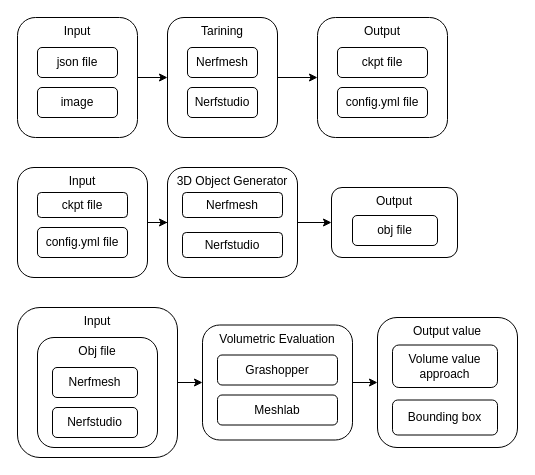
Before: Diagram Tanpa Judul.drawio in nabilbachroin/draw.io_nabil, a draw.io diagram. Source tidied: cells renumbered, new cells numbered last; positions are measured from the earlier drawing's top-left corner, leaving out a move shared by most shapes. Both pictures are drawn from the tidied source at 100%, with x=0, y=0 at pixel (17, 17).
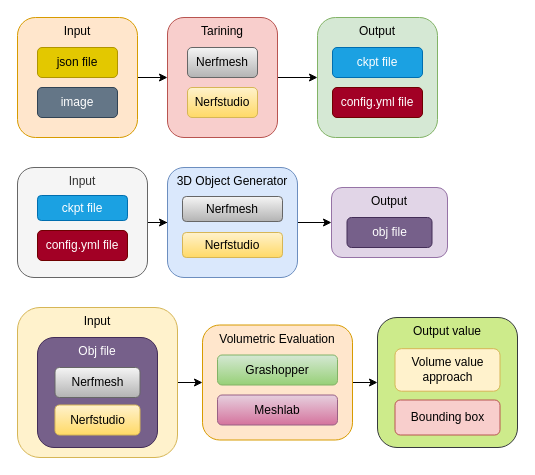
The same diagram, later.

Diff of the diagram source:
```diff
@@
-    <mxCell id="3" value="Input" style="rounded=1;whiteSpace=wrap;html=1;verticalAlign=top;" parent="1" vertex="1">
+    <mxCell id="3" value="Input" style="rounded=1;whiteSpace=wrap;html=1;verticalAlign=top;fillColor=#ffe6cc;strokeColor=#d79b00;" parent="1" vertex="1">
       <mxGeometry width="120" height="120" as="geometry" />
     </mxCell>
-    <mxCell id="4" value="image" style="rounded=1;whiteSpace=wrap;html=1;" parent="1" vertex="1">
+    <mxCell id="4" value="image" style="rounded=1;whiteSpace=wrap;html=1;fillColor=#647687;fontColor=#ffffff;strokeColor=#314354;" parent="1" vertex="1">
       <mxGeometry x="20" y="70" width="80" height="30" as="geometry" />
     </mxCell>
-    <mxCell id="5" value="json file" style="rounded=1;whiteSpace=wrap;html=1;" parent="1" vertex="1">
+    <mxCell id="5" value="json file" style="rounded=1;whiteSpace=wrap;html=1;fillColor=#e3c800;fontColor=#000000;strokeColor=#B09500;" parent="1" vertex="1">
       <mxGeometry x="20" y="30" width="80" height="30" as="geometry" />
     </mxCell>
@@
-    <mxCell id="7" value="Tarining" style="rounded=1;whiteSpace=wrap;html=1;verticalAlign=top;" parent="1" vertex="1">
+    <mxCell id="7" value="Tarining" style="rounded=1;whiteSpace=wrap;html=1;verticalAlign=top;fillColor=#f8cecc;strokeColor=#b85450;" parent="1" vertex="1">
       <mxGeometry x="150" width="110" height="120" as="geometry" />
     </mxCell>
-    <mxCell id="8" value="Output" style="rounded=1;whiteSpace=wrap;html=1;verticalAlign=top;" parent="1" vertex="1">
-      <mxGeometry x="300" width="130" height="120" as="geometry" />
+    <mxCell id="8" value="Output" style="rounded=1;whiteSpace=wrap;html=1;verticalAlign=top;fillColor=#d5e8d4;strokeColor=#82b366;" parent="1" vertex="1">
+      <mxGeometry x="300" width="120" height="120" as="geometry" />
     </mxCell>
-    <mxCell id="9" value="ckpt file" style="rounded=1;whiteSpace=wrap;html=1;" parent="1" vertex="1">
-      <mxGeometry x="320" y="30" width="90" height="30" as="geometry" />
+    <mxCell id="9" value="ckpt file" style="rounded=1;whiteSpace=wrap;html=1;fillColor=#1ba1e2;fontColor=#ffffff;strokeColor=#006EAF;" parent="1" vertex="1">
+      <mxGeometry x="315" y="30" width="90" height="30" as="geometry" />
     </mxCell>
-    <mxCell id="10" value="config.yml file" style="rounded=1;whiteSpace=wrap;html=1;" parent="1" vertex="1">
-      <mxGeometry x="320" y="70" width="90" height="30" as="geometry" />
+    <mxCell id="10" value="config.yml file" style="rounded=1;whiteSpace=wrap;html=1;fillColor=#a20025;fontColor=#ffffff;strokeColor=#6F0000;" parent="1" vertex="1">
+      <mxGeometry x="315" y="70" width="90" height="30" as="geometry" />
     </mxCell>
@@
-    <mxCell id="12" value="Input" style="rounded=1;whiteSpace=wrap;html=1;verticalAlign=top;" parent="1" vertex="1">
+    <mxCell id="12" value="Input" style="rounded=1;whiteSpace=wrap;html=1;verticalAlign=top;fillColor=#f5f5f5;fontColor=#333333;strokeColor=#666666;" parent="1" vertex="1">
       <mxGeometry y="150" width="130" height="110" as="geometry" />
     </mxCell>
-    <mxCell id="13" value="ckpt file" style="rounded=1;whiteSpace=wrap;html=1;" parent="1" vertex="1">
-      <mxGeometry x="20" y="175" width="90" height="25" as="geometry" />
+    <mxCell id="13" value="ckpt file" style="rounded=1;whiteSpace=wrap;html=1;fillColor=#1ba1e2;fontColor=#ffffff;strokeColor=#006EAF;" parent="1" vertex="1">
+      <mxGeometry x="20" y="178" width="90" height="25" as="geometry" />
     </mxCell>
-    <mxCell id="14" value="config.yml file" style="rounded=1;whiteSpace=wrap;html=1;" parent="1" vertex="1">
-      <mxGeometry x="20" y="210" width="90" height="30" as="geometry" />
+    <mxCell id="14" value="config.yml file" style="rounded=1;whiteSpace=wrap;html=1;fillColor=#a20025;fontColor=#ffffff;strokeColor=#6F0000;" parent="1" vertex="1">
+      <mxGeometry x="20" y="213" width="90" height="30" as="geometry" />
     </mxCell>
@@
-    <mxCell id="16" value="3D Object Generator" style="rounded=1;whiteSpace=wrap;html=1;verticalAlign=top;" parent="1" vertex="1">
+    <mxCell id="16" value="3D Object Generator" style="rounded=1;whiteSpace=wrap;html=1;verticalAlign=top;fillColor=#dae8fc;strokeColor=#6c8ebf;" parent="1" vertex="1">
       <mxGeometry x="150" y="150" width="130" height="110" as="geometry" />
     </mxCell>
-    <mxCell id="17" value="Output" style="rounded=1;whiteSpace=wrap;html=1;verticalAlign=top;" parent="1" vertex="1">
-      <mxGeometry x="314" y="170" width="126" height="70" as="geometry" />
+    <mxCell id="17" value="Output" style="rounded=1;whiteSpace=wrap;html=1;verticalAlign=top;fillColor=#e1d5e7;strokeColor=#9673a6;" parent="1" vertex="1">
+      <mxGeometry x="314" y="170" width="116" height="70" as="geometry" />
     </mxCell>
-    <mxCell id="18" value="Nerfmesh" style="rounded=1;whiteSpace=wrap;html=1;" parent="1" vertex="1">
+    <mxCell id="18" value="Nerfmesh" style="rounded=1;whiteSpace=wrap;html=1;fillColor=#f5f5f5;gradientColor=#b3b3b3;strokeColor=#666666;" parent="1" vertex="1">
       <mxGeometry x="170" y="30" width="70" height="30" as="geometry" />
     </mxCell>
-    <mxCell id="19" value="Nerfstudio" style="rounded=1;whiteSpace=wrap;html=1;" parent="1" vertex="1">
+    <mxCell id="19" value="Nerfstudio" style="rounded=1;whiteSpace=wrap;html=1;fillColor=#fff2cc;gradientColor=#ffd966;strokeColor=#d6b656;" parent="1" vertex="1">
       <mxGeometry x="170" y="70" width="70" height="30" as="geometry" />
     </mxCell>
-    <mxCell id="20" value="obj file" style="rounded=1;whiteSpace=wrap;html=1;" parent="1" vertex="1">
-      <mxGeometry x="335" y="198" width="85" height="30" as="geometry" />
+    <mxCell id="20" value="obj file" style="rounded=1;whiteSpace=wrap;html=1;fillColor=#76608a;fontColor=#ffffff;strokeColor=#432D57;" parent="1" vertex="1">
+      <mxGeometry x="329.5" y="200" width="85" height="30" as="geometry" />
     </mxCell>
-    <mxCell id="21" value="Nerfmesh" style="rounded=1;whiteSpace=wrap;html=1;" parent="1" vertex="1">
-      <mxGeometry x="165" y="175" width="100" height="25" as="geometry" />
+    <mxCell id="21" value="Nerfmesh" style="rounded=1;whiteSpace=wrap;html=1;fillColor=#f5f5f5;gradientColor=#b3b3b3;strokeColor=#666666;" parent="1" vertex="1">
+      <mxGeometry x="165" y="179" width="100" height="25" as="geometry" />
     </mxCell>
@@
-    <mxCell id="23" value="Input" style="rounded=1;whiteSpace=wrap;html=1;verticalAlign=top;" parent="1" vertex="1">
+    <mxCell id="23" value="Input" style="rounded=1;whiteSpace=wrap;html=1;verticalAlign=top;fillColor=#fff2cc;strokeColor=#d6b656;" parent="1" vertex="1">
       <mxGeometry y="290" width="160" height="150" as="geometry" />
     </mxCell>
-    <mxCell id="24" value="Obj file" style="rounded=1;whiteSpace=wrap;html=1;verticalAlign=top;" parent="1" vertex="1">
+    <mxCell id="24" value="Obj file" style="rounded=1;whiteSpace=wrap;html=1;verticalAlign=top;fillColor=#76608a;fontColor=#ffffff;strokeColor=#432D57;" parent="1" vertex="1">
       <mxGeometry x="20" y="320" width="120" height="110" as="geometry" />
     </mxCell>
@@
-    <mxCell id="26" value="Volumetric Evaluation" style="rounded=1;whiteSpace=wrap;html=1;verticalAlign=top;" parent="1" vertex="1">
+    <mxCell id="26" value="Volumetric Evaluation" style="rounded=1;whiteSpace=wrap;html=1;verticalAlign=top;fillColor=#ffe6cc;strokeColor=#d79b00;" parent="1" vertex="1">
       <mxGeometry x="185" y="307.5" width="150" height="115" as="geometry" />
     </mxCell>
-    <mxCell id="27" value="Grashopper" style="rounded=1;whiteSpace=wrap;html=1;" parent="1" vertex="1">
+    <mxCell id="27" value="Grashopper" style="rounded=1;whiteSpace=wrap;html=1;fillColor=#d5e8d4;gradientColor=#97d077;strokeColor=#82b366;" parent="1" vertex="1">
       <mxGeometry x="200" y="337.5" width="120" height="30" as="geometry" />
     </mxCell>
-    <mxCell id="28" value="Meshlab" style="rounded=1;whiteSpace=wrap;html=1;" parent="1" vertex="1">
+    <mxCell id="28" value="Meshlab" style="rounded=1;whiteSpace=wrap;html=1;fillColor=#e6d0de;gradientColor=#d5739d;strokeColor=#996185;" parent="1" vertex="1">
       <mxGeometry x="200" y="377.5" width="120" height="30" as="geometry" />
     </mxCell>
-    <mxCell id="29" value="Nerfmesh" style="rounded=1;whiteSpace=wrap;html=1;" parent="1" vertex="1">
-      <mxGeometry x="35" y="350" width="85" height="30" as="geometry" />
+    <mxCell id="29" value="Nerfmesh" style="rounded=1;whiteSpace=wrap;html=1;fillColor=#f5f5f5;gradientColor=#b3b3b3;strokeColor=#666666;" parent="1" vertex="1">
+      <mxGeometry x="37.5" y="350" width="85" height="30" as="geometry" />
     </mxCell>
-    <mxCell id="30" value="Nerfstudio" style="rounded=1;whiteSpace=wrap;html=1;" parent="1" vertex="1">
-      <mxGeometry x="35" y="390" width="85" height="30" as="geometry" />
+    <mxCell id="30" value="Nerfstudio" style="rounded=1;whiteSpace=wrap;html=1;fillColor=#fff2cc;gradientColor=#ffd966;strokeColor=#d6b656;" parent="1" vertex="1">
+      <mxGeometry x="37.5" y="387.5" width="85" height="30" as="geometry" />
     </mxCell>
-    <mxCell id="31" value="Output value" style="rounded=1;whiteSpace=wrap;html=1;verticalAlign=top;" parent="1" vertex="1">
+    <mxCell id="31" value="Output value" style="rounded=1;whiteSpace=wrap;html=1;verticalAlign=top;fillColor=#cdeb8b;strokeColor=#36393d;" parent="1" vertex="1">
       <mxGeometry x="360" y="300" width="140" height="130" as="geometry" />
     </mxCell>
-    <mxCell id="32" value="Volume value approach" style="rounded=1;whiteSpace=wrap;html=1;" parent="1" vertex="1">
-      <mxGeometry x="375" y="327.5" width="105" height="42.5" as="geometry" />
+    <mxCell id="32" value="Volume value approach" style="rounded=1;whiteSpace=wrap;html=1;fillColor=#fff2cc;strokeColor=#d6b656;" parent="1" vertex="1">
+      <mxGeometry x="377.5" y="331.2" width="105" height="42.5" as="geometry" />
     </mxCell>
-    <mxCell id="33" value="Bounding box" style="rounded=1;whiteSpace=wrap;html=1;" parent="1" vertex="1">
-      <mxGeometry x="375" y="382.5" width="105" height="35" as="geometry" />
+    <mxCell id="33" value="Bounding box" style="rounded=1;whiteSpace=wrap;html=1;fillColor=#f8cecc;strokeColor=#b85450;" parent="1" vertex="1">
+      <mxGeometry x="377.5" y="382.5" width="105" height="35" as="geometry" />
     </mxCell>
-    <mxCell id="34" value="Nerfstudio" style="rounded=1;whiteSpace=wrap;html=1;" parent="1" vertex="1">
+    <mxCell id="34" value="Nerfstudio" style="rounded=1;whiteSpace=wrap;html=1;fillColor=#fff2cc;gradientColor=#ffd966;strokeColor=#d6b656;" parent="1" vertex="1">
       <mxGeometry x="165" y="215" width="100" height="25" as="geometry" />
     </mxCell>
```
